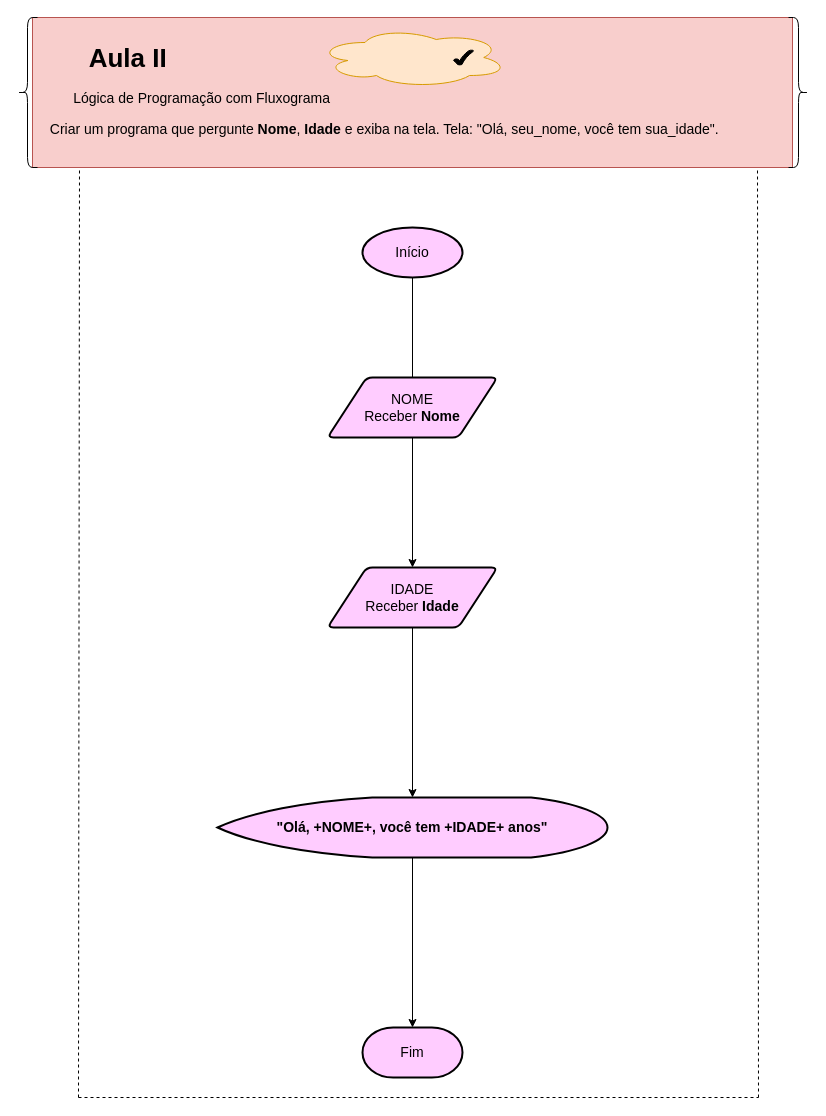
This is page "2.NomeEIdade" (2 of 7) of Untitled Diagram.drawio from RafaelaCurti/CurtiCurso, a draw.io file, before an edit. Source tidied: cells renumbered, new cells numbered last; positions are measured from the earlier drawing's top-left corner, leaving out a move shared by most shapes. Both pictures are drawn from the tidied source at 100%, with x=0, y=0 at pixel (17, 17).
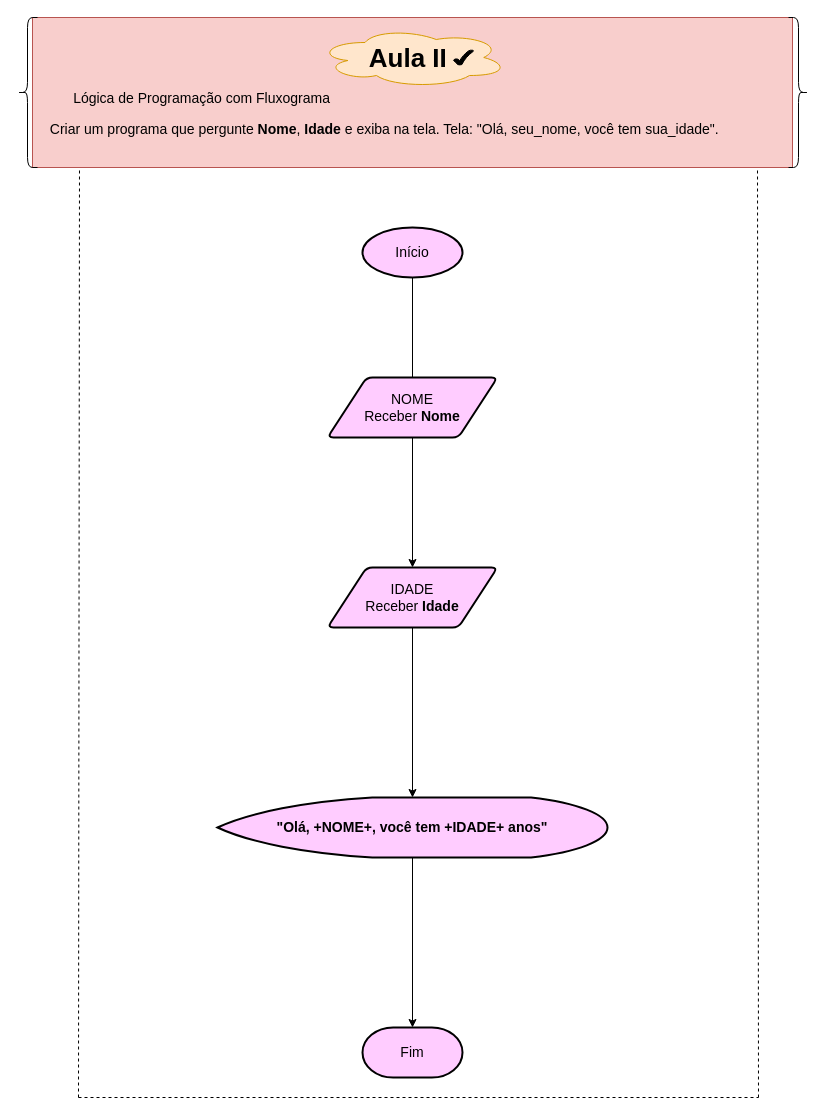
After the change.

Change to the diagram source:
```diff
@@
-    <mxCell id="6" value="&lt;h1&gt;&lt;span style=&quot;white-space: pre&quot;&gt; &lt;/span&gt;&lt;span style=&quot;white-space: pre&quot;&gt; &lt;/span&gt;&lt;span style=&quot;white-space: pre&quot;&gt; &lt;/span&gt;&lt;span style=&quot;white-space: pre&quot;&gt; &lt;/span&gt;&lt;span style=&quot;white-space: pre&quot;&gt; &lt;/span&gt;&lt;span style=&quot;white-space: pre&quot;&gt; &lt;/span&gt;&amp;nbsp;&lt;font style=&quot;font-size: 26px&quot;&gt;Aula II&lt;/font&gt;&lt;br&gt;&lt;/h1&gt;&lt;p style=&quot;font-size: 14px&quot;&gt;&lt;span style=&quot;white-space: pre&quot;&gt; &lt;/span&gt;&lt;span style=&quot;white-space: pre&quot;&gt; &lt;/span&gt;&lt;span style=&quot;white-space: pre&quot;&gt; &lt;/span&gt;&lt;span style=&quot;white-space: pre&quot;&gt; &lt;/span&gt;&lt;span style=&quot;white-space: pre&quot;&gt; &lt;/span&gt;&lt;span style=&quot;white-space: pre&quot;&gt; &lt;/span&gt;&lt;span style=&quot;white-space: pre&quot;&gt; &lt;span style=&quot;white-space: pre&quot;&gt; &lt;/span&gt;&lt;/span&gt;Lógica de Programação com Fluxograma&lt;br&gt;&lt;/p&gt;&lt;p style=&quot;font-size: 14px&quot;&gt;&lt;span style=&quot;white-space: pre&quot;&gt; &lt;/span&gt;&lt;span style=&quot;white-space: pre&quot;&gt; &lt;/span&gt;Criar um programa que pergunte &lt;b&gt;Nome&lt;/b&gt;, &lt;b&gt;Idade &lt;/b&gt;e exiba na tela. Tela: &quot;Olá, seu_nome, você tem sua_idade&quot;.&lt;/p&gt;" style="text;html=1;strokeColor=none;fillColor=none;spacing=5;spacingTop=-20;whiteSpace=wrap;overflow=hidden;rounded=0;" parent="1" vertex="1">
+    <mxCell id="6" value="&lt;h1&gt;&lt;span style=&quot;white-space: pre&quot;&gt; &lt;/span&gt;&lt;span style=&quot;white-space: pre&quot;&gt; &lt;/span&gt;&lt;span style=&quot;white-space: pre&quot;&gt; &lt;/span&gt;&lt;span style=&quot;white-space: pre&quot;&gt; &lt;/span&gt;&lt;span style=&quot;white-space: pre&quot;&gt; &lt;/span&gt;&lt;span style=&quot;white-space: pre&quot;&gt;                                           &lt;/span&gt;&amp;nbsp;&lt;font style=&quot;font-size: 26px&quot;&gt;Aula II&lt;/font&gt;&lt;br&gt;&lt;/h1&gt;&lt;p style=&quot;font-size: 14px&quot;&gt;&lt;span style=&quot;white-space: pre&quot;&gt; &lt;/span&gt;&lt;span style=&quot;white-space: pre&quot;&gt; &lt;/span&gt;&lt;span style=&quot;white-space: pre&quot;&gt; &lt;/span&gt;&lt;span style=&quot;white-space: pre&quot;&gt; &lt;/span&gt;&lt;span style=&quot;white-space: pre&quot;&gt; &lt;/span&gt;&lt;span style=&quot;white-space: pre&quot;&gt; &lt;/span&gt;&lt;span style=&quot;white-space: pre&quot;&gt; &lt;span style=&quot;white-space: pre&quot;&gt; &lt;/span&gt;&lt;/span&gt;Lógica de Programação com Fluxograma&lt;br&gt;&lt;/p&gt;&lt;p style=&quot;font-size: 14px&quot;&gt;&lt;span style=&quot;white-space: pre&quot;&gt; &lt;/span&gt;&lt;span style=&quot;white-space: pre&quot;&gt; &lt;/span&gt;Criar um programa que pergunte &lt;b&gt;Nome&lt;/b&gt;, &lt;b&gt;Idade &lt;/b&gt;e exiba na tela. Tela: &quot;Olá, seu_nome, você tem sua_idade&quot;.&lt;/p&gt;" style="text;html=1;strokeColor=none;fillColor=none;spacing=5;spacingTop=-20;whiteSpace=wrap;overflow=hidden;rounded=0;" parent="1" vertex="1">
       <mxGeometry x="20" y="20" width="750" height="120" as="geometry" />
     </mxCell>
```
